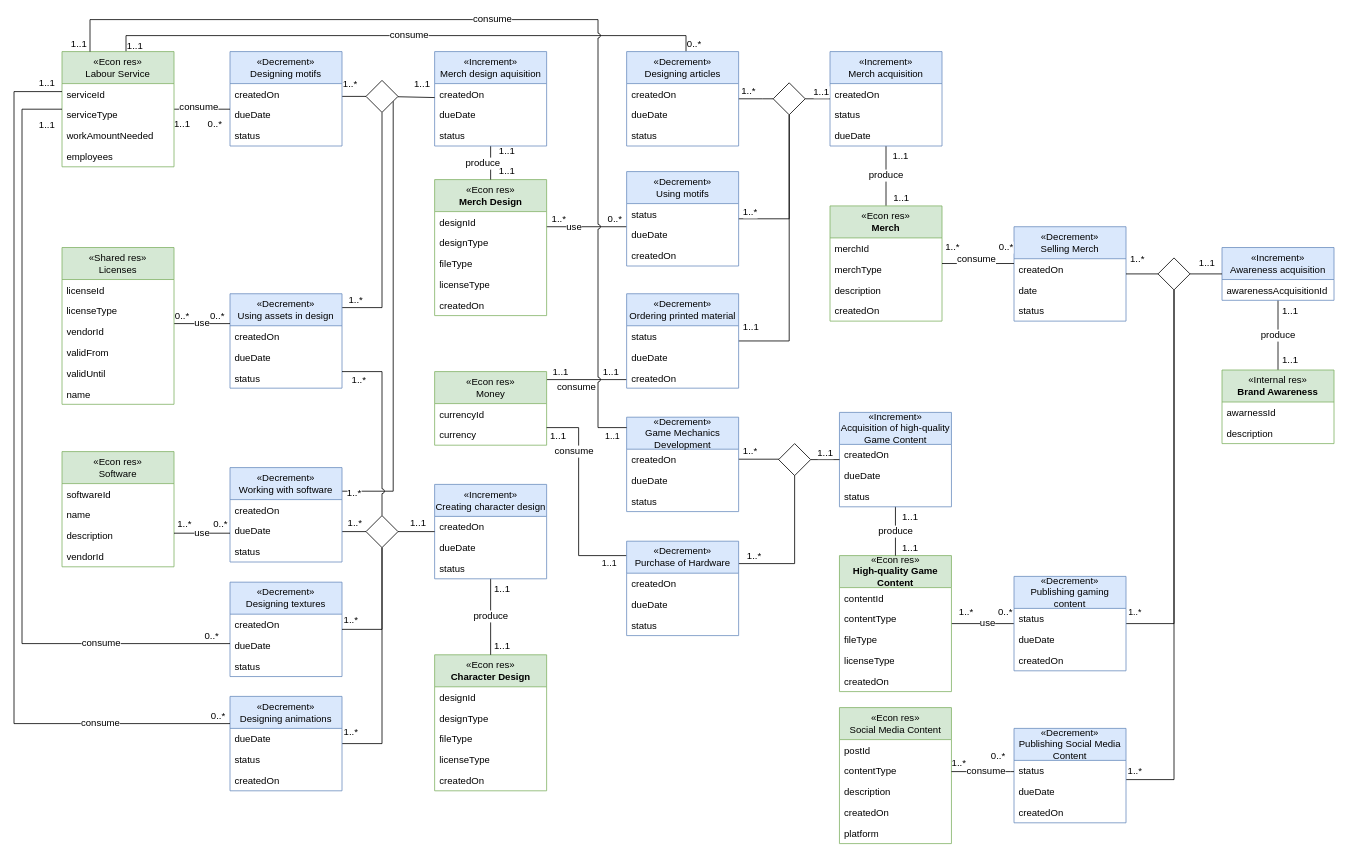
Earlier version of the draw.io diagram page "Conversion" (2 of 10) of media/IS1_Project_REA.drawio (tudwiglemmel/Neigh-Corp---Golden-Meadows). Source tidied: cells renumbered, new cells numbered last; positions are measured from the earlier drawing's top-left corner, leaving out a move shared by most shapes. Both pictures are drawn from the tidied source at 80%, with x=0, y=0 at pixel (14, 19).
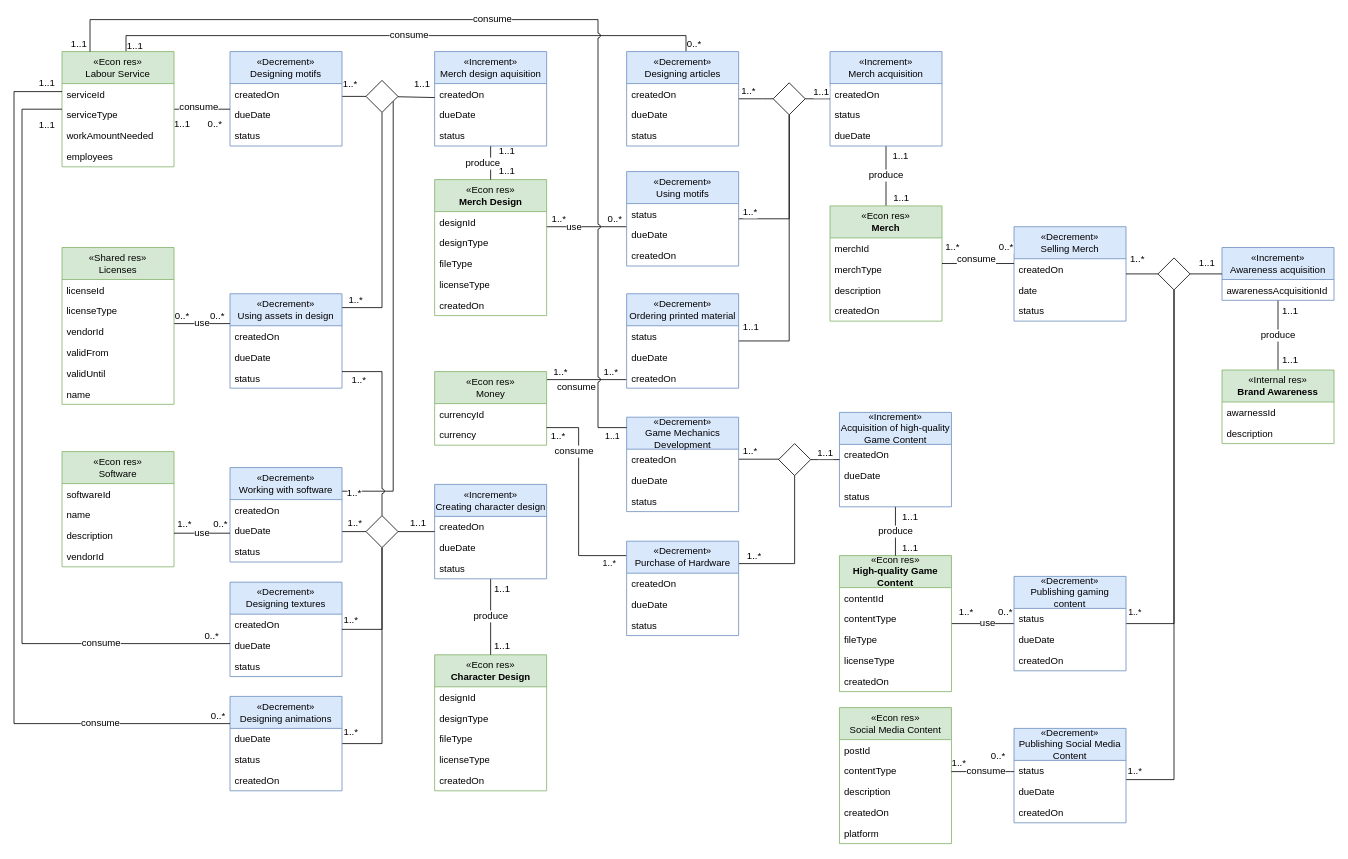
Above is the later version.

Unchanged cells that the change refers to:
```xml
<mxCell id="16" value="consume" style="rounded=0;jettySize=auto;html=1;fontFamily=Helvetica;fontSize=12;fontColor=default;endArrow=none;endFill=0;edgeStyle=orthogonalEdgeStyle;" parent="1" edge="1" source="19" target="52">
  <mxGeometry x="-0.27" y="-10" relative="1" as="geometry">
    <Array as="points">
      <mxPoint x="720" y="450" />
      <mxPoint x="720" y="450" />
    </Array>
  </mxGeometry>
</mxCell>
<mxCell id="196" value="consume" style="rounded=0;jettySize=auto;html=1;fontFamily=Helvetica;fontSize=12;fontColor=default;endArrow=none;endFill=0;edgeStyle=orthogonalEdgeStyle;" parent="1" edge="1" source="19" target="217">
  <mxGeometry x="-0.46" y="-6" relative="1" as="geometry">
    <Array as="points">
      <mxPoint x="705.8" y="510" />
      <mxPoint x="705.8" y="670" />
    </Array>
  </mxGeometry>
</mxCell>
```

The edit, as a diff of the source:
```diff
@@
-    <mxCell id="17" value="1..1" style="edgeLabel;html=1;align=center;verticalAlign=middle;fontFamily=Helvetica;fontSize=12;fontColor=default;" parent="16" vertex="1">
+    <mxCell id="17" value="1..*" style="edgeLabel;html=1;align=center;verticalAlign=middle;fontFamily=Helvetica;fontSize=12;fontColor=default;" parent="16" vertex="1">
       <mxGeometry x="-0.4" relative="1" as="geometry">
         <mxPoint x="-13" y="-10" as="offset" />
       </mxGeometry>
     </mxCell>
-    <mxCell id="18" value="1..1" style="edgeLabel;html=1;align=center;verticalAlign=middle;fontFamily=Helvetica;fontSize=12;fontColor=default;" parent="16" vertex="1">
+    <mxCell id="18" value="1..*" style="edgeLabel;html=1;align=center;verticalAlign=middle;fontFamily=Helvetica;fontSize=12;fontColor=default;" parent="16" vertex="1">
       <mxGeometry x="0.6" relative="1" as="geometry">
         <mxPoint y="-10" as="offset" />
       </mxGeometry>
     </mxCell>
@@
-    <mxCell id="197" value="1..1" style="edgeLabel;html=1;align=center;verticalAlign=middle;fontFamily=Helvetica;fontSize=12;fontColor=default;" parent="196" vertex="1">
+    <mxCell id="197" value="1..*" style="edgeLabel;html=1;align=center;verticalAlign=middle;fontFamily=Helvetica;fontSize=12;fontColor=default;" parent="196" vertex="1">
       <mxGeometry x="-0.73" y="1" relative="1" as="geometry">
         <mxPoint x="-21" y="11" as="offset" />
       </mxGeometry>
     </mxCell>
-    <mxCell id="198" value="1..1" style="edgeLabel;html=1;align=center;verticalAlign=middle;" parent="196" vertex="1">
+    <mxCell id="198" value="1..*" style="edgeLabel;html=1;align=center;verticalAlign=middle;" parent="196" vertex="1">
       <mxGeometry x="0.83" relative="1" as="geometry">
         <mxPoint y="8" as="offset" />
       </mxGeometry>
     </mxCell>
```
